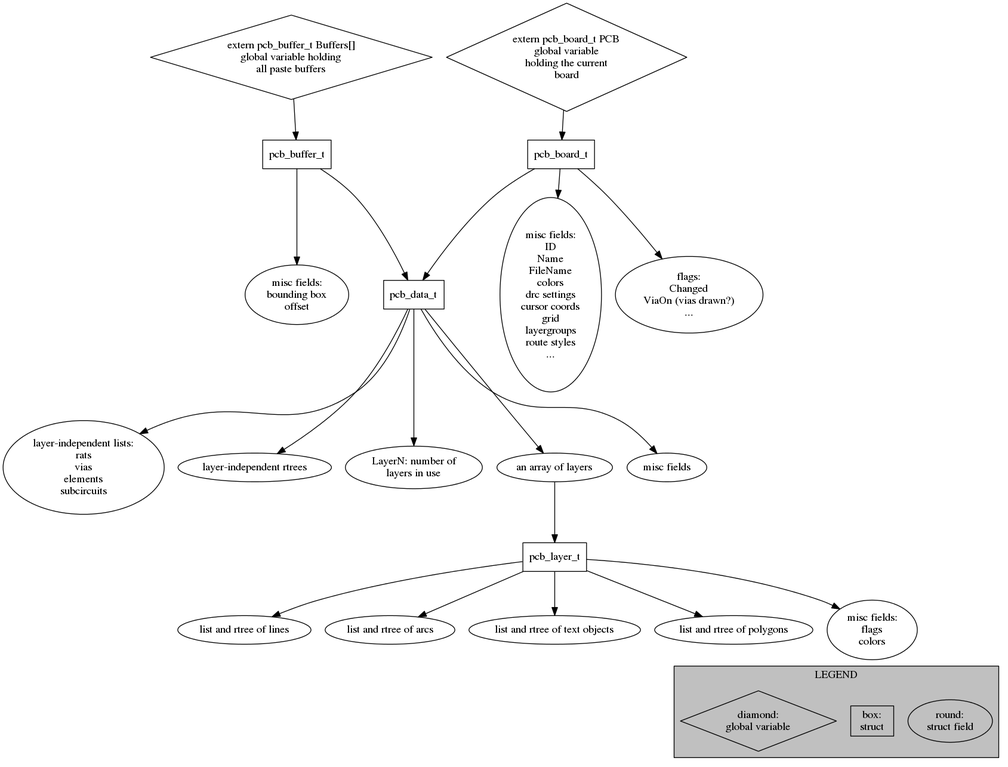
Above: doc/developer/data1.png in NoSuchProcess/pcb-rnd (Graphviz), before the change. Its source is kept beside it as doc/developer/src/data1.dot.
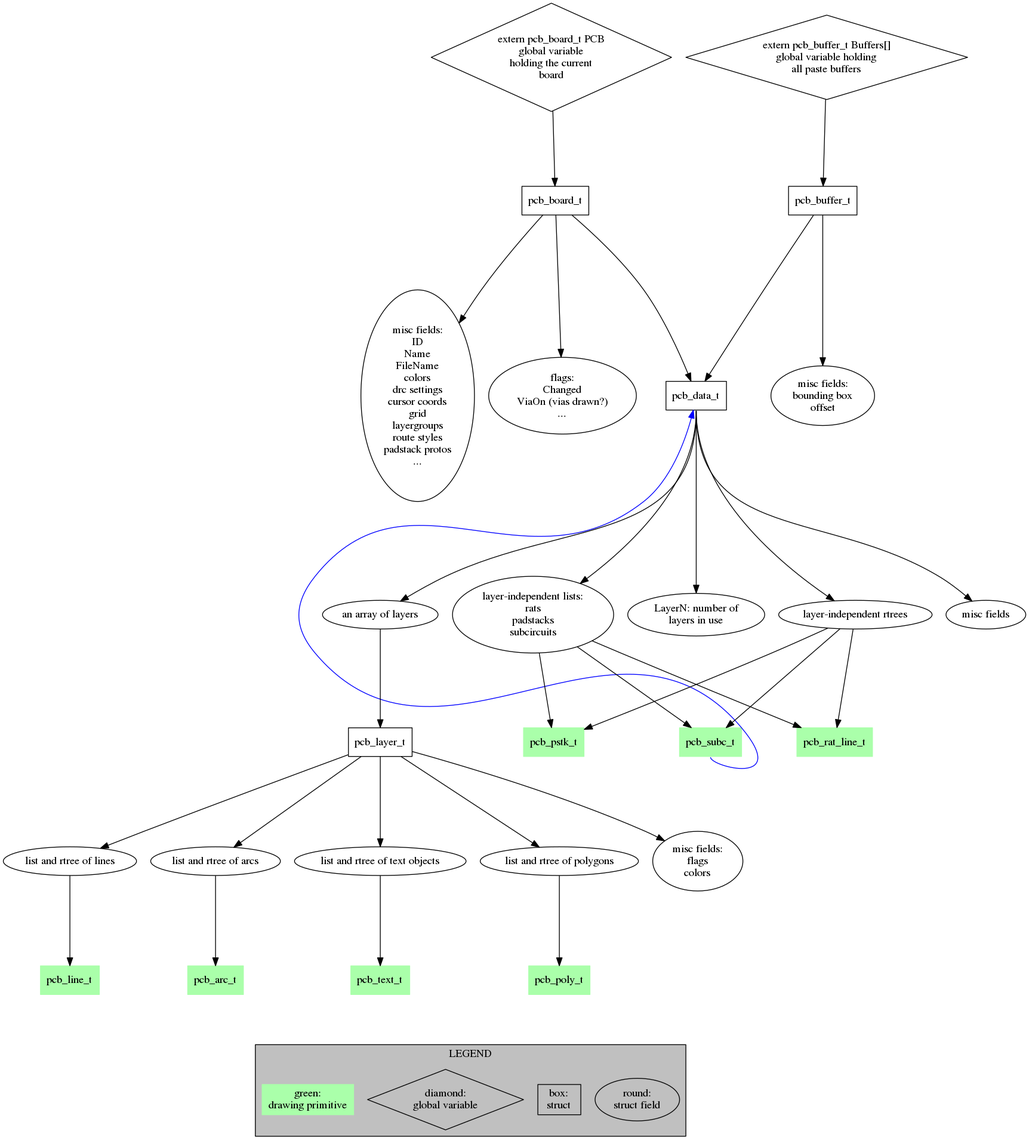
After the commit.

Commit message:
[doc] -Update: data model drawing with more struct names

Diff of the diagram source:
```diff
@@ -1,10 +1,19 @@
 digraph pcb_data {
-	PCBType_misc [label="misc fields:\nID\nName\nFileName\ncolors\ndrc settings\ncursor coords\ngrid\nlayergroups\nroute styles\n..."]
+	ranksep=1.3
+	PCBType_misc [label="misc fields:\nID\nName\nFileName\ncolors\ndrc settings\ncursor coords\ngrid\nlayergroups\nroute styles\npadstack protos\n..."]
 	PCBType_flags [label="flags:\nChanged\nViaOn (vias drawn?)\n..."]
 	pcb_board_t -> PCBType_misc
 	pcb_board_t -> PCBType_flags
 	pcb_board_t -> pcb_data_t
 	pcb_board_t [shape=box]
+
+	pcb_subc_t [shape=box style=filled color="#aaffaa"]
+	pcb_rat_line_t [shape=box style=filled color="#aaffaa"]
+	pcb_pstk_t [shape=box style=filled color="#aaffaa"]
+	pcb_arc_t [shape=box style=filled color="#aaffaa"]
+	pcb_line_t [shape=box style=filled color="#aaffaa"]
+	pcb_text_t [shape=box style=filled color="#aaffaa"]
+	pcb_poly_t [shape=box style=filled color="#aaffaa"]
 
 	PCB [label="extern pcb_board_t PCB\nglobal variable\nholding the current\nboard" shape=diamond]
 	PCB -> pcb_board_t
@@ -17,27 +26,42 @@
 	pcb_buffer_t -> pcb_data_t
 	pcb_buffer_t [shape=box]
 
-	DataType_lists [label="layer-independent lists:\nrats\nvias\nelements\nsubcircuits"]
+	DataType_lists [label="layer-independent lists:\nrats\npadstacks\nsubcircuits"]
 	DataType_rtrees [label="layer-independent rtrees"]
 	DataType_LayerN [label="LayerN: number of\nlayers in use"]
 	DataType_layers [label="an array of layers"]
 	DataType_misc [label="misc fields"]
 
-	pcb_data_t -> DataType_misc
-	pcb_data_t -> DataType_LayerN
-	pcb_data_t -> DataType_layers
-	pcb_data_t -> DataType_lists
-	pcb_data_t -> DataType_rtrees
+	pcb_data_t -> DataType_misc    [tailport=s]
+	pcb_data_t -> DataType_LayerN  [tailport=s]
+	pcb_data_t -> DataType_layers  [tailport=s]
+	pcb_data_t -> DataType_lists   [tailport=s]
+	pcb_data_t -> DataType_rtrees  [tailport=s]
 	pcb_data_t [shape=box]
 
 	DataType_layers -> pcb_layer_t
 
+	DataType_lists -> pcb_subc_t
+	DataType_rtrees -> pcb_subc_t
+
+	DataType_lists -> pcb_rat_line_t
+	DataType_rtrees -> pcb_rat_line_t
+
+	DataType_lists -> pcb_pstk_t
+	DataType_rtrees -> pcb_pstk_t
+
+	pcb_subc_t -> pcb_data_t [color=blue constraint=0 tailport=s]
 
 	LayerType_lines [label="list and rtree of lines"]
 	LayerType_arcs [label="list and rtree of arcs"]
 	LayerType_texts [label="list and rtree of text objects"]
 	LayerType_polygons [label="list and rtree of polygons"]
 	LayerType_misc [label="misc fields:\nflags\ncolors"]
+
+	LayerType_lines -> pcb_line_t
+	LayerType_arcs -> pcb_arc_t
+	LayerType_polygons -> pcb_poly_t
+	LayerType_texts -> pcb_text_t
 
 	pcb_layer_t -> LayerType_misc
 	pcb_layer_t -> LayerType_lines
@@ -53,7 +77,9 @@
 		round [label="round:\nstruct field"]
 		struct [label="box:\nstruct" shape=box]
 		diamond [label="diamond:\nglobal variable" shape=diamond]
+		grn [label="green:\ndrawing primitive" shape=box style=filled color="#aaffaa"]
+
 	}
 
-	LayerType_misc -> struct [style=invis]
+	pcb_poly_t -> struct [style=invis]
 }
```
